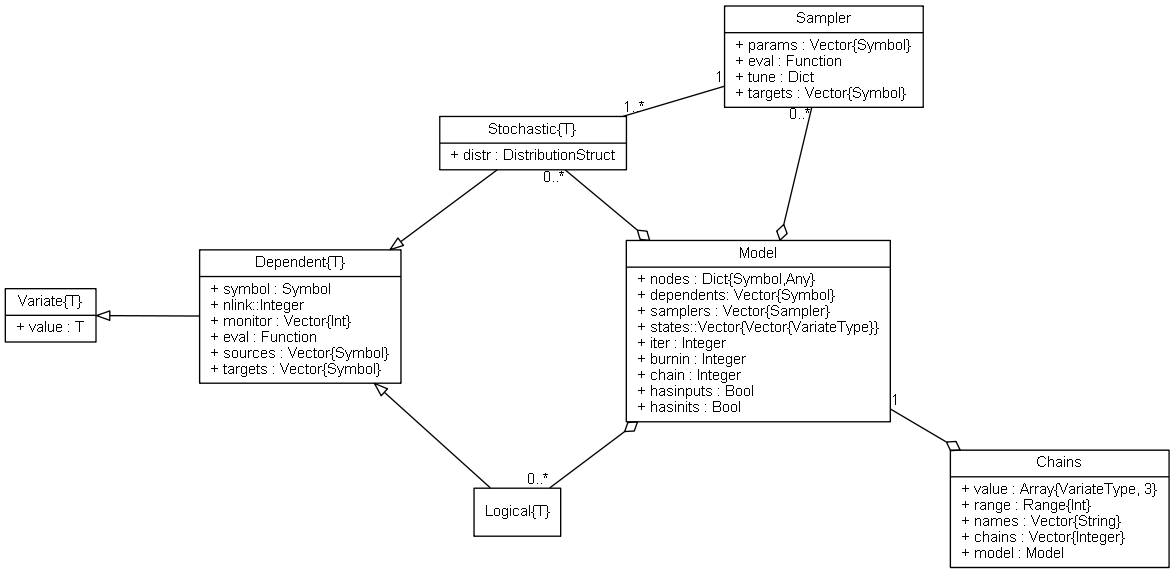
Before: doc/images/mcmcUML.png, a diagram exported from Graphviz (brian-j-smith/Mamba.jl). Its source is kept beside it as doc/images/mcmcUML.dot.
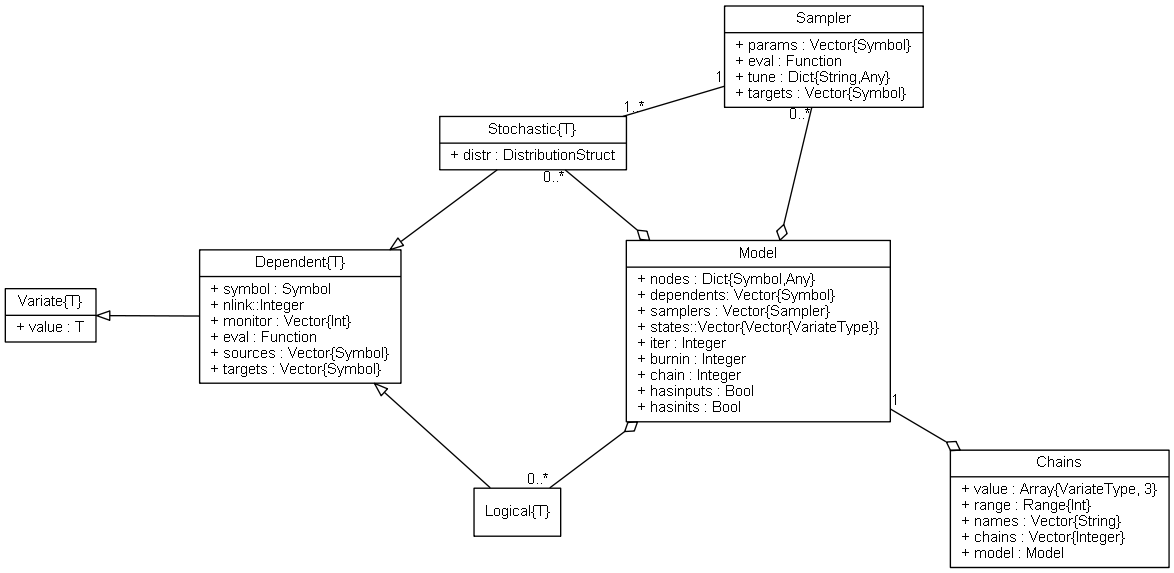
After the change.

Commit message:
Require the tune dictionary field in Sampler type to be {String,Any}.

Change to the diagram source:
```diff
@@ -16,7 +16,7 @@
 
 	Stochastic [label = "{Stochastic\{T\}|+ distr : DistributionStruct\l}"]
 
-	Sampler [label = "{Sampler|+ params : Vector\{Symbol\}\l+ eval : Function\l+ tune : Dict\l+ targets : Vector\{Symbol\}\l}"]
+	Sampler [label = "{Sampler|+ params : Vector\{Symbol\}\l+ eval : Function\l+ tune : Dict\{String,Any\}\l+ targets : Vector\{Symbol\}\l}"]
 
 	Model [label = "{Model|+ nodes : Dict\{Symbol,Any\}\l+ dependents: Vector\{Symbol\}\l+ samplers : Vector\{Sampler\}\l+ states::Vector\{Vector\{VariateType\}\}\l+ iter : Integer\l+ burnin : Integer\l+ chain : Integer\l+ hasinputs : Bool\l+ hasinits : Bool\l}"]
 
```
